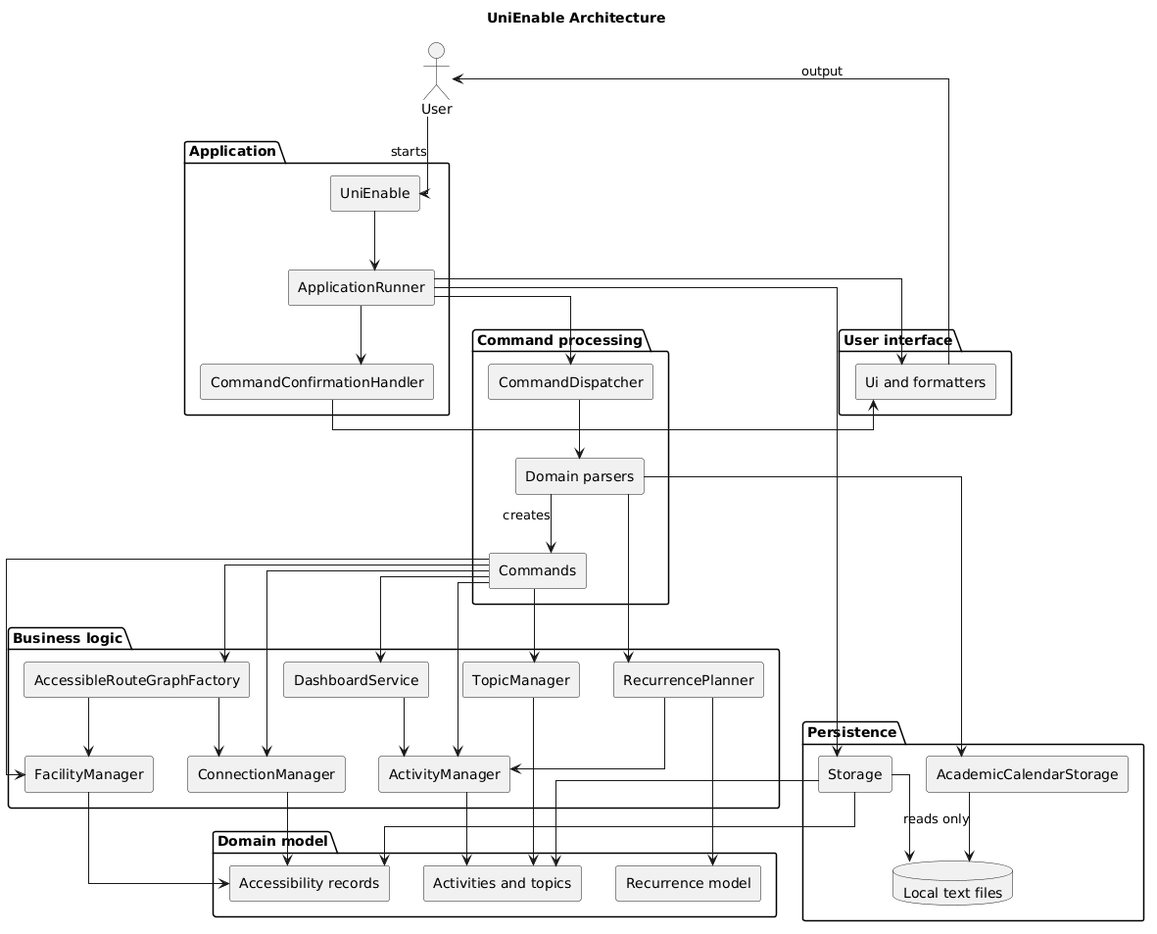
Above: docs/diagrams/architecture/ArchitectureDiagram.png in lukelouyu/SelfTeamProject (PlantUML), before the change.
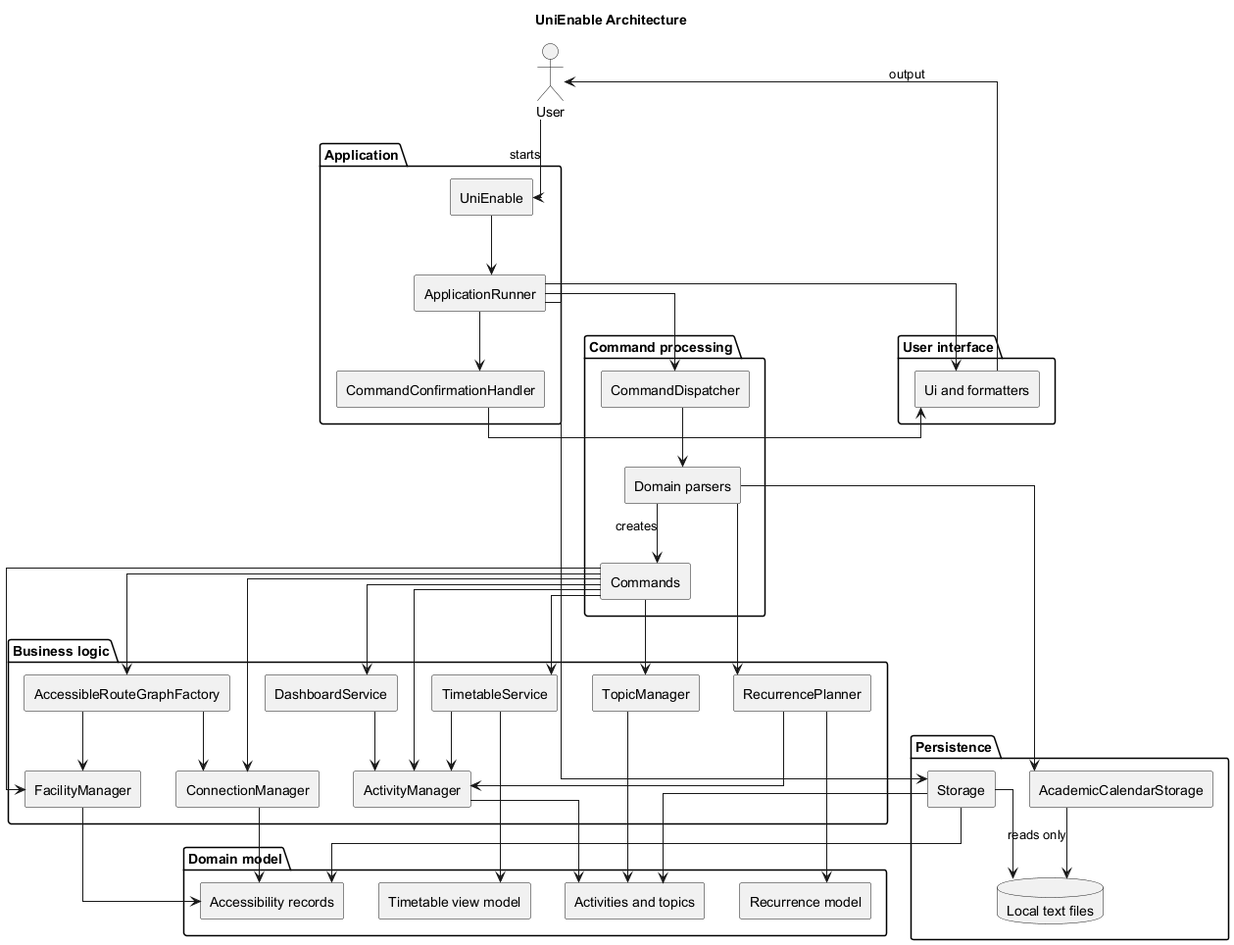
After the change.

Change to the diagram source:
```diff
@@ -32,12 +32,14 @@
   [RecurrencePlanner] as RecurLogic
   [AccessibleRouteGraphFactory] as RouteLogic
   [DashboardService] as DashboardLogic
+  [TimetableService] as TimetableLogic
 }
 
 package "Domain model" {
   [Activities and topics] as ActivityModel
   [Recurrence model] as RecurModel
   [Accessibility records] as AccessModel
+  [Timetable view model] as TimetableModel
 }
 
 package "Persistence" {
@@ -63,6 +65,9 @@
 RouteLogic --> ConnectionLogic
 Commands --> DashboardLogic
 DashboardLogic --> ActivityLogic
+Commands --> TimetableLogic
+TimetableLogic --> ActivityLogic
+TimetableLogic --> TimetableModel
 Parsers --> RecurLogic
 ActivityLogic --> ActivityModel
 TopicLogic --> ActivityModel
@@ -77,4 +82,5 @@
 CalendarStorage --> Files : reads only
 Parsers --> CalendarStorage
 UI --> User : output
+
 @enduml
```
